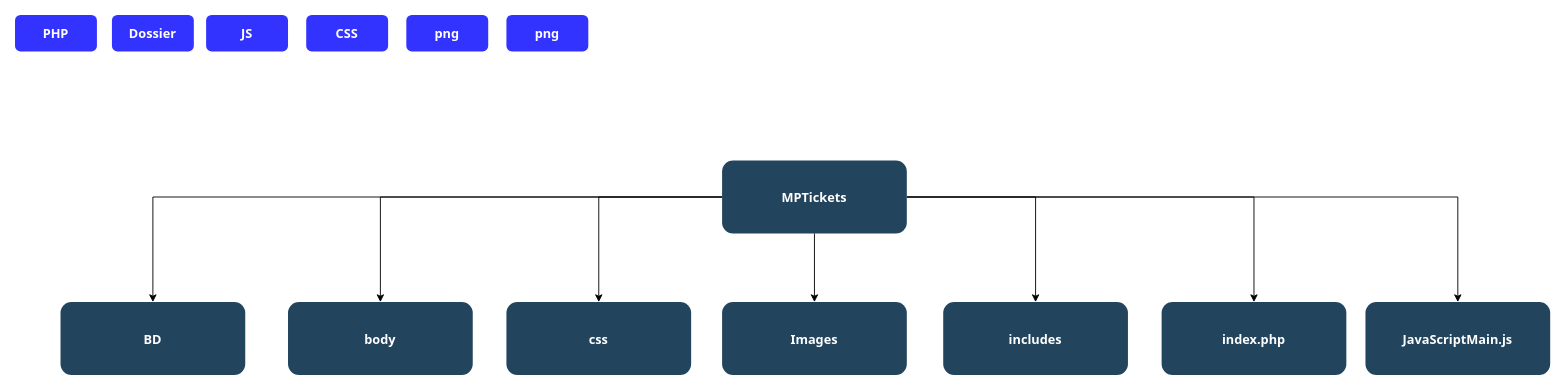
The draw.io diagram Diagrammes/Untitled Diagram.drawio in Hero-Chan/Projet_Ticketing, before the edit. Source tidied: cells renumbered, new cells numbered last; positions are measured from the earlier drawing's top-left corner, leaving out a move shared by most shapes. Both pictures are drawn from the tidied source at 91%, with x=0, y=0 at pixel (15, 15).
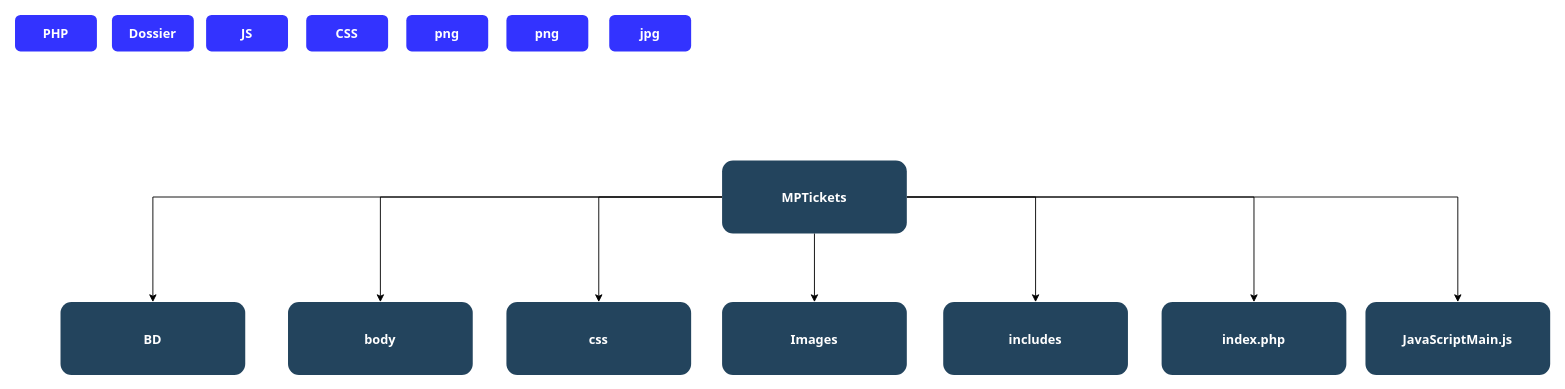
The same page after the edit.

Diff of the diagram source:
```diff
@@
+    <mxCell id="23" value="jpg" style="rounded=1;fillColor=#3333FF;gradientColor=none;strokeColor=none;fontColor=#FFFFFF;fontStyle=1;fontFamily=Tahoma;fontSize=14;" parent="1" vertex="1">
+      <mxGeometry x="653" width="90" height="40" as="geometry" />
+    </mxCell>
```
